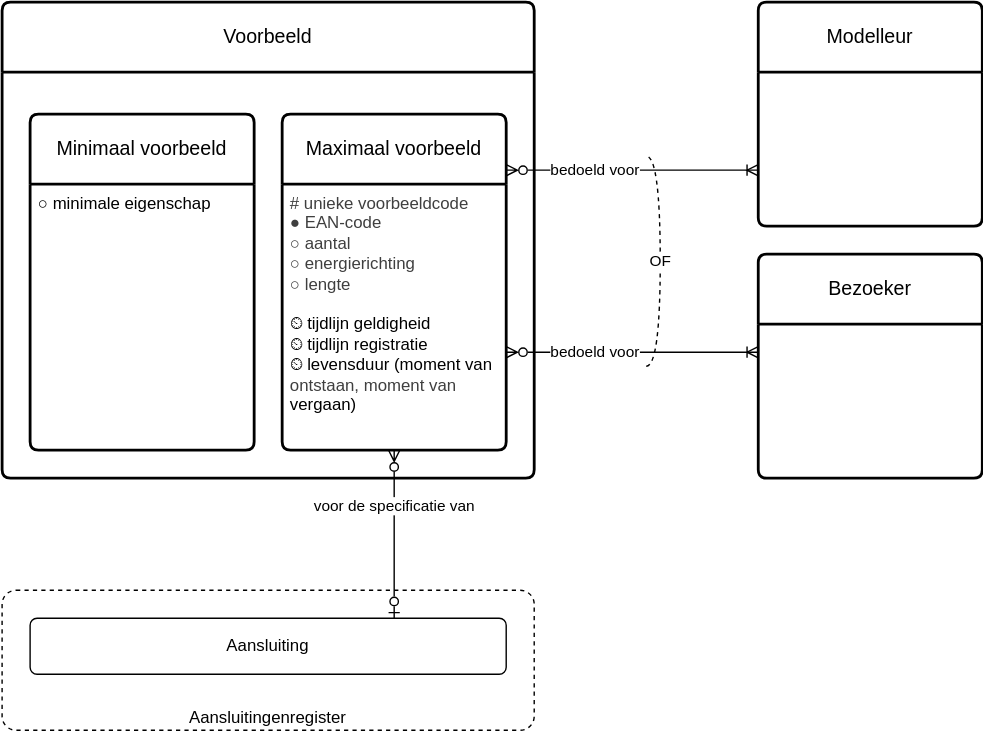
Earlier version of the draw.io export hulpmiddelen/voorbeeldregister/1.0/voorbeeldregister.drawio.svg (Netbeheer-Nederland/stelsel). Source tidied: cells renumbered, new cells last; positions are measured from the earlier drawing's top-left corner, leaving out a move shared by most shapes. Source of this version:
```xml
<mxGraphModel>
  <root>
    <mxCell id="0" />
    <mxCell id="1" parent="0" />
    <mxCell id="2" value="Voorbeeld" style="swimlane;horizontal=1;startSize=50;rounded=1;fontSize=14;fontStyle=0;strokeWidth=2;shadow=0;dashed=0;align=center;arcSize=4;whiteSpace=wrap;html=1;spacing=10;" parent="1" vertex="1">
      <mxGeometry width="380" height="340" as="geometry" />
    </mxCell>
    <mxCell id="3" value="&lt;div&gt;&lt;font color=&quot;#000000&quot;&gt;&amp;nbsp;&lt;/font&gt;&lt;/div&gt;" style="align=left;strokeColor=none;fillColor=none;spacingLeft=4;fontSize=12;verticalAlign=top;html=1;" parent="2" vertex="1">
      <mxGeometry y="50" width="380" height="290" as="geometry" />
    </mxCell>
    <mxCell id="4" value="Minimaal voorbeeld" style="swimlane;horizontal=1;startSize=50;rounded=1;fontSize=14;fontStyle=0;strokeWidth=2;shadow=0;dashed=0;align=center;arcSize=4;whiteSpace=wrap;html=1;spacing=10;" parent="1" vertex="1">
      <mxGeometry x="20" y="80" width="160" height="240" as="geometry" />
    </mxCell>
    <mxCell id="5" value="&lt;div&gt;&lt;span style=&quot;background-color: transparent;&quot;&gt;○ minimale eigenschap&lt;/span&gt;&lt;/div&gt;" style="align=left;strokeColor=none;fillColor=none;spacingLeft=4;fontSize=12;verticalAlign=top;html=1;" parent="4" vertex="1">
      <mxGeometry y="50" width="160" height="190" as="geometry" />
    </mxCell>
    <mxCell id="6" value="Maximaal voorbeeld" style="swimlane;horizontal=1;startSize=50;rounded=1;fontSize=14;fontStyle=0;strokeWidth=2;shadow=0;dashed=0;align=center;arcSize=4;whiteSpace=wrap;html=1;spacing=10;" parent="1" vertex="1">
      <mxGeometry x="200" y="80" width="160" height="240" as="geometry" />
    </mxCell>
    <mxCell id="7" value="&lt;div&gt;&lt;span style=&quot;background-color: transparent; color: rgb(63, 63, 63);&quot;&gt;# unieke voorbeeldcode&lt;/span&gt;&lt;/div&gt;&lt;div&gt;&lt;div style=&quot;color: rgb(63, 63, 63); scrollbar-color: rgb(226, 226, 226) rgb(251, 251, 251);&quot;&gt;&lt;span style=&quot;color: rgb(63, 63, 63); scrollbar-color: rgb(226, 226, 226) rgb(251, 251, 251); background-color: transparent;&quot;&gt;●&lt;/span&gt;&lt;span style=&quot;color: rgb(63, 63, 63); scrollbar-color: rgb(226, 226, 226) rgb(251, 251, 251); background-color: transparent;&quot;&gt;&amp;nbsp;EAN-code&lt;/span&gt;&lt;/div&gt;&lt;/div&gt;&lt;div&gt;&lt;span style=&quot;color: rgb(63, 63, 63); scrollbar-color: rgb(226, 226, 226) rgb(251, 251, 251); background-color: transparent;&quot;&gt;&lt;span style=&quot;color: rgb(63, 63, 63);&quot;&gt;○ aantal&lt;/span&gt;&lt;/span&gt;&lt;/div&gt;&lt;div&gt;&lt;span style=&quot;color: rgb(63, 63, 63); scrollbar-color: rgb(226, 226, 226) rgb(251, 251, 251); background-color: transparent;&quot;&gt;&lt;span style=&quot;color: rgb(63, 63, 63);&quot;&gt;○ energierichting&lt;/span&gt;&lt;span style=&quot;color: rgb(63, 63, 63);&quot;&gt;&lt;/span&gt;&lt;/span&gt;&lt;/div&gt;&lt;div&gt;&lt;span style=&quot;color: rgb(63, 63, 63); scrollbar-color: rgb(226, 226, 226) rgb(251, 251, 251); background-color: transparent;&quot;&gt;&lt;span style=&quot;color: rgb(63, 63, 63);&quot;&gt;○ lengte&lt;/span&gt;&lt;span style=&quot;color: rgb(63, 63, 63);&quot;&gt;&lt;/span&gt;&lt;/span&gt;&lt;/div&gt;&lt;div&gt;&lt;span style=&quot;color: rgb(63, 63, 63); scrollbar-color: rgb(226, 226, 226) rgb(251, 251, 251); background-color: transparent;&quot;&gt;&lt;span style=&quot;color: rgb(63, 63, 63);&quot;&gt;&lt;br&gt;&lt;/span&gt;&lt;/span&gt;&lt;/div&gt;&lt;div&gt;&lt;span style=&quot;background-color: transparent;&quot;&gt;⏲ tijdlijn geldigheid&lt;/span&gt;&lt;/div&gt;&lt;div&gt;&lt;span style=&quot;background-color: transparent;&quot;&gt;⏲ tijdlijn registratie&lt;/span&gt;&lt;/div&gt;&lt;div&gt;&lt;span style=&quot;background-color: transparent;&quot;&gt;⏲ levensduur (moment van&lt;/span&gt;&lt;/div&gt;&lt;div&gt;&lt;span style=&quot;background-color: transparent; color: rgb(63, 63, 63);&quot;&gt;&amp;nbsp; &amp;nbsp; ontstaan, moment van&lt;/span&gt;&lt;/div&gt;&lt;div&gt;&lt;span style=&quot;background-color: transparent;&quot;&gt;&amp;nbsp; &amp;nbsp; vergaan)&lt;/span&gt;&lt;/div&gt;" style="align=left;strokeColor=none;fillColor=none;spacingLeft=4;fontSize=12;verticalAlign=top;html=1;" parent="6" vertex="1">
      <mxGeometry y="50" width="160" height="190" as="geometry" />
    </mxCell>
    <mxCell id="8" value="Aansluitingenregister" style="rounded=1;whiteSpace=wrap;html=1;absoluteArcSize=1;dashed=1;fillColor=default;verticalAlign=bottom;spacingLeft=10;spacingRight=10;" parent="1" vertex="1">
      <mxGeometry y="420" width="380" height="100" as="geometry" />
    </mxCell>
    <mxCell id="9" value="Aansluiting" style="rounded=1;arcSize=10;whiteSpace=wrap;html=1;align=center;absoluteArcSize=1;spacing=10;" parent="1" vertex="1">
      <mxGeometry x="20" y="440" width="340" height="40" as="geometry" />
    </mxCell>
    <mxCell id="10" value="voor de specificatie van" style="endArrow=ERzeroToOne;html=1;edgeStyle=elbowEdgeStyle;endFill=0;startArrow=ERzeroToMany;startFill=0;" parent="1" edge="1" source="6" target="9">
      <mxGeometry x="-0.33" relative="1" as="geometry" />
    </mxCell>
    <mxCell id="11" value="Modelleur" style="swimlane;horizontal=1;startSize=50;rounded=1;fontSize=14;fontStyle=0;strokeWidth=2;shadow=0;dashed=0;align=center;arcSize=4;whiteSpace=wrap;html=1;spacing=10;" parent="1" vertex="1">
      <mxGeometry x="540" width="160" height="160" as="geometry" />
    </mxCell>
    <mxCell id="12" value="&lt;div&gt;&amp;nbsp;&lt;/div&gt;" style="align=left;strokeColor=none;fillColor=none;spacingLeft=4;fontSize=12;verticalAlign=top;html=1;" parent="11" vertex="1">
      <mxGeometry y="50" width="160" height="110" as="geometry" />
    </mxCell>
    <mxCell id="13" value="Bezoeker" style="swimlane;horizontal=1;startSize=50;rounded=1;fontSize=14;fontStyle=0;strokeWidth=2;shadow=0;dashed=0;align=center;arcSize=4;whiteSpace=wrap;html=1;spacing=10;" parent="1" vertex="1">
      <mxGeometry x="540" y="180" width="160" height="160" as="geometry" />
    </mxCell>
    <mxCell id="14" value="&lt;div&gt;&amp;nbsp;&lt;/div&gt;" style="align=left;strokeColor=none;fillColor=none;spacingLeft=4;fontSize=12;verticalAlign=top;html=1;" parent="13" vertex="1">
      <mxGeometry y="50" width="160" height="110" as="geometry" />
    </mxCell>
    <mxCell id="15" value="bedoeld voor" style="endArrow=ERoneToMany;html=1;edgeStyle=elbowEdgeStyle;elbow=vertical;endFill=0;startArrow=ERzeroToMany;startFill=0;align=left;" parent="1" edge="1" source="6" target="11">
      <mxGeometry x="-0.67" relative="1" as="geometry" />
    </mxCell>
    <mxCell id="16" value="bedoeld voor" style="endArrow=ERoneToMany;html=1;edgeStyle=elbowEdgeStyle;elbow=vertical;endFill=0;startArrow=ERzeroToMany;startFill=0;align=left;" parent="1" edge="1" source="6" target="13">
      <mxGeometry x="-0.67" relative="1" as="geometry" />
    </mxCell>
    <mxCell id="17" value="OF" style="endArrow=none;dashed=1;html=1;edgeStyle=orthogonalEdgeStyle;curved=1;" parent="1" edge="1">
      <mxGeometry relative="1" as="geometry">
        <mxPoint x="460" y="260" as="sourcePoint" />
        <mxPoint x="460" y="110" as="targetPoint" />
        <Array as="points">
          <mxPoint x="470" y="260" />
          <mxPoint x="470" y="110" />
        </Array>
      </mxGeometry>
    </mxCell>
  </root>
</mxGraphModel>
```
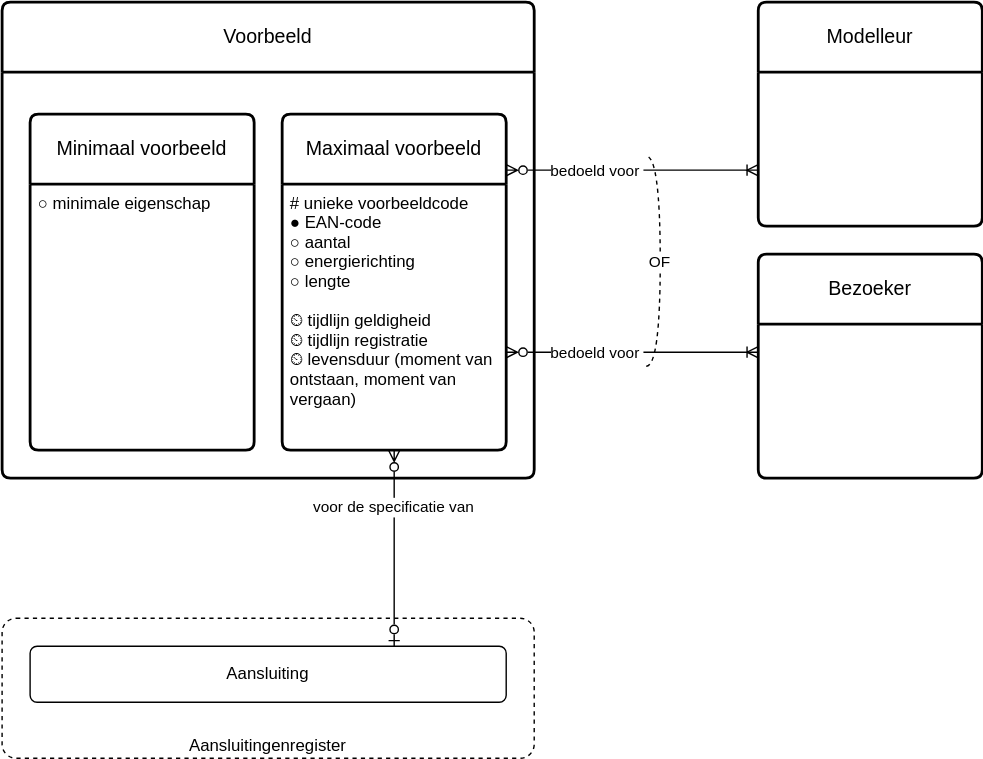
After the change.

Diff of the diagram source:
```diff
@@ -2,52 +2,52 @@
   <root>
     <mxCell id="0" />
     <mxCell id="1" parent="0" />
-    <mxCell id="2" value="Voorbeeld" style="swimlane;horizontal=1;startSize=50;rounded=1;fontSize=14;fontStyle=0;strokeWidth=2;shadow=0;dashed=0;align=center;arcSize=4;whiteSpace=wrap;html=1;spacing=10;" parent="1" vertex="1">
+    <mxCell id="2" value="Voorbeeld" style="swimlane;horizontal=1;startSize=50;rounded=1;fontSize=14;fontStyle=0;strokeWidth=2;shadow=0;dashed=0;align=center;arcSize=4;whiteSpace=wrap;spacing=10;" parent="1" vertex="1">
       <mxGeometry width="380" height="340" as="geometry" />
     </mxCell>
-    <mxCell id="3" value="&lt;div&gt;&lt;font color=&quot;#000000&quot;&gt;&amp;nbsp;&lt;/font&gt;&lt;/div&gt;" style="align=left;strokeColor=none;fillColor=none;spacingLeft=4;fontSize=12;verticalAlign=top;html=1;" parent="2" vertex="1">
+    <mxCell id="3" value=" " style="align=left;strokeColor=none;fillColor=none;spacingLeft=4;fontSize=12;verticalAlign=top;" parent="2" vertex="1">
       <mxGeometry y="50" width="380" height="290" as="geometry" />
     </mxCell>
-    <mxCell id="4" value="Minimaal voorbeeld" style="swimlane;horizontal=1;startSize=50;rounded=1;fontSize=14;fontStyle=0;strokeWidth=2;shadow=0;dashed=0;align=center;arcSize=4;whiteSpace=wrap;html=1;spacing=10;" parent="1" vertex="1">
+    <mxCell id="4" value="Minimaal voorbeeld" style="swimlane;horizontal=1;startSize=50;rounded=1;fontSize=14;fontStyle=0;strokeWidth=2;shadow=0;dashed=0;align=center;arcSize=4;whiteSpace=wrap;spacing=10;" parent="1" vertex="1">
       <mxGeometry x="20" y="80" width="160" height="240" as="geometry" />
     </mxCell>
-    <mxCell id="5" value="&lt;div&gt;&lt;span style=&quot;background-color: transparent;&quot;&gt;○ minimale eigenschap&lt;/span&gt;&lt;/div&gt;" style="align=left;strokeColor=none;fillColor=none;spacingLeft=4;fontSize=12;verticalAlign=top;html=1;" parent="4" vertex="1">
+    <mxCell id="5" value="○ minimale eigenschap" style="align=left;strokeColor=none;fillColor=none;spacingLeft=4;fontSize=12;verticalAlign=top;" parent="4" vertex="1">
       <mxGeometry y="50" width="160" height="190" as="geometry" />
     </mxCell>
-    <mxCell id="6" value="Maximaal voorbeeld" style="swimlane;horizontal=1;startSize=50;rounded=1;fontSize=14;fontStyle=0;strokeWidth=2;shadow=0;dashed=0;align=center;arcSize=4;whiteSpace=wrap;html=1;spacing=10;" parent="1" vertex="1">
+    <mxCell id="6" value="Maximaal voorbeeld" style="swimlane;horizontal=1;startSize=50;rounded=1;fontSize=14;fontStyle=0;strokeWidth=2;shadow=0;dashed=0;align=center;arcSize=4;whiteSpace=wrap;spacing=10;" parent="1" vertex="1">
       <mxGeometry x="200" y="80" width="160" height="240" as="geometry" />
     </mxCell>
-    <mxCell id="7" value="&lt;div&gt;&lt;span style=&quot;background-color: transparent; color: rgb(63, 63, 63);&quot;&gt;# unieke voorbeeldcode&lt;/span&gt;&lt;/div&gt;&lt;div&gt;&lt;div style=&quot;color: rgb(63, 63, 63); scrollbar-color: rgb(226, 226, 226) rgb(251, 251, 251);&quot;&gt;&lt;span style=&quot;color: rgb(63, 63, 63); scrollbar-color: rgb(226, 226, 226) rgb(251, 251, 251); background-color: transparent;&quot;&gt;●&lt;/span&gt;&lt;span style=&quot;color: rgb(63, 63, 63); scrollbar-color: rgb(226, 226, 226) rgb(251, 251, 251); background-color: transparent;&quot;&gt;&amp;nbsp;EAN-code&lt;/span&gt;&lt;/div&gt;&lt;/div&gt;&lt;div&gt;&lt;span style=&quot;color: rgb(63, 63, 63); scrollbar-color: rgb(226, 226, 226) rgb(251, 251, 251); background-color: transparent;&quot;&gt;&lt;span style=&quot;color: rgb(63, 63, 63);&quot;&gt;○ aantal&lt;/span&gt;&lt;/span&gt;&lt;/div&gt;&lt;div&gt;&lt;span style=&quot;color: rgb(63, 63, 63); scrollbar-color: rgb(226, 226, 226) rgb(251, 251, 251); background-color: transparent;&quot;&gt;&lt;span style=&quot;color: rgb(63, 63, 63);&quot;&gt;○ energierichting&lt;/span&gt;&lt;span style=&quot;color: rgb(63, 63, 63);&quot;&gt;&lt;/span&gt;&lt;/span&gt;&lt;/div&gt;&lt;div&gt;&lt;span style=&quot;color: rgb(63, 63, 63); scrollbar-color: rgb(226, 226, 226) rgb(251, 251, 251); background-color: transparent;&quot;&gt;&lt;span style=&quot;color: rgb(63, 63, 63);&quot;&gt;○ lengte&lt;/span&gt;&lt;span style=&quot;color: rgb(63, 63, 63);&quot;&gt;&lt;/span&gt;&lt;/span&gt;&lt;/div&gt;&lt;div&gt;&lt;span style=&quot;color: rgb(63, 63, 63); scrollbar-color: rgb(226, 226, 226) rgb(251, 251, 251); background-color: transparent;&quot;&gt;&lt;span style=&quot;color: rgb(63, 63, 63);&quot;&gt;&lt;br&gt;&lt;/span&gt;&lt;/span&gt;&lt;/div&gt;&lt;div&gt;&lt;span style=&quot;background-color: transparent;&quot;&gt;⏲ tijdlijn geldigheid&lt;/span&gt;&lt;/div&gt;&lt;div&gt;&lt;span style=&quot;background-color: transparent;&quot;&gt;⏲ tijdlijn registratie&lt;/span&gt;&lt;/div&gt;&lt;div&gt;&lt;span style=&quot;background-color: transparent;&quot;&gt;⏲ levensduur (moment van&lt;/span&gt;&lt;/div&gt;&lt;div&gt;&lt;span style=&quot;background-color: transparent; color: rgb(63, 63, 63);&quot;&gt;&amp;nbsp; &amp;nbsp; ontstaan, moment van&lt;/span&gt;&lt;/div&gt;&lt;div&gt;&lt;span style=&quot;background-color: transparent;&quot;&gt;&amp;nbsp; &amp;nbsp; vergaan)&lt;/span&gt;&lt;/div&gt;" style="align=left;strokeColor=none;fillColor=none;spacingLeft=4;fontSize=12;verticalAlign=top;html=1;" parent="6" vertex="1">
+    <mxCell id="7" value="# unieke voorbeeldcode&#10;● EAN-code&#10;○ aantal&#10;○ energierichting&#10;○ lengte&#10;&#10;⏲ tijdlijn geldigheid&#10;⏲ tijdlijn registratie&#10;⏲ levensduur (moment van&#10;    ontstaan, moment van&#10;    vergaan)" style="align=left;strokeColor=none;fillColor=none;spacingLeft=4;fontSize=12;verticalAlign=top;" parent="6" vertex="1">
       <mxGeometry y="50" width="160" height="190" as="geometry" />
     </mxCell>
-    <mxCell id="8" value="Aansluitingenregister" style="rounded=1;whiteSpace=wrap;html=1;absoluteArcSize=1;dashed=1;fillColor=default;verticalAlign=bottom;spacingLeft=10;spacingRight=10;" parent="1" vertex="1">
-      <mxGeometry y="420" width="380" height="100" as="geometry" />
+    <mxCell id="8" value="Aansluitingenregister" style="rounded=1;whiteSpace=wrap;absoluteArcSize=1;dashed=1;fillColor=default;verticalAlign=bottom;spacingLeft=10;spacingRight=10;" parent="1" vertex="1">
+      <mxGeometry y="440" width="380" height="100" as="geometry" />
     </mxCell>
-    <mxCell id="9" value="Aansluiting" style="rounded=1;arcSize=10;whiteSpace=wrap;html=1;align=center;absoluteArcSize=1;spacing=10;" parent="1" vertex="1">
-      <mxGeometry x="20" y="440" width="340" height="40" as="geometry" />
+    <mxCell id="9" value="Aansluiting" style="rounded=1;arcSize=10;whiteSpace=wrap;align=center;absoluteArcSize=1;spacing=10;" parent="1" vertex="1">
+      <mxGeometry x="20" y="460" width="340" height="40" as="geometry" />
     </mxCell>
-    <mxCell id="10" value="voor de specificatie van" style="endArrow=ERzeroToOne;html=1;edgeStyle=elbowEdgeStyle;endFill=0;startArrow=ERzeroToMany;startFill=0;" parent="1" edge="1" source="6" target="9">
-      <mxGeometry x="-0.33" relative="1" as="geometry" />
+    <mxCell id="10" value="voor de specificatie van" style="endArrow=ERzeroToOne;edgeStyle=elbowEdgeStyle;endFill=0;startArrow=ERzeroToMany;startFill=0;" parent="1" edge="1" source="6" target="9">
+      <mxGeometry x="-0.43" relative="1" as="geometry" />
     </mxCell>
-    <mxCell id="11" value="Modelleur" style="swimlane;horizontal=1;startSize=50;rounded=1;fontSize=14;fontStyle=0;strokeWidth=2;shadow=0;dashed=0;align=center;arcSize=4;whiteSpace=wrap;html=1;spacing=10;" parent="1" vertex="1">
+    <mxCell id="11" value="Modelleur" style="swimlane;horizontal=1;startSize=50;rounded=1;fontSize=14;fontStyle=0;strokeWidth=2;shadow=0;dashed=0;align=center;arcSize=4;whiteSpace=wrap;spacing=10;" parent="1" vertex="1">
       <mxGeometry x="540" width="160" height="160" as="geometry" />
     </mxCell>
-    <mxCell id="12" value="&lt;div&gt;&amp;nbsp;&lt;/div&gt;" style="align=left;strokeColor=none;fillColor=none;spacingLeft=4;fontSize=12;verticalAlign=top;html=1;" parent="11" vertex="1">
+    <mxCell id="12" value=" " style="align=left;strokeColor=none;fillColor=none;spacingLeft=4;fontSize=12;verticalAlign=top;" parent="11" vertex="1">
       <mxGeometry y="50" width="160" height="110" as="geometry" />
     </mxCell>
-    <mxCell id="13" value="Bezoeker" style="swimlane;horizontal=1;startSize=50;rounded=1;fontSize=14;fontStyle=0;strokeWidth=2;shadow=0;dashed=0;align=center;arcSize=4;whiteSpace=wrap;html=1;spacing=10;" parent="1" vertex="1">
+    <mxCell id="13" value="Bezoeker" style="swimlane;horizontal=1;startSize=50;rounded=1;fontSize=14;fontStyle=0;strokeWidth=2;shadow=0;dashed=0;align=center;arcSize=4;whiteSpace=wrap;spacing=10;" parent="1" vertex="1">
       <mxGeometry x="540" y="180" width="160" height="160" as="geometry" />
     </mxCell>
-    <mxCell id="14" value="&lt;div&gt;&amp;nbsp;&lt;/div&gt;" style="align=left;strokeColor=none;fillColor=none;spacingLeft=4;fontSize=12;verticalAlign=top;html=1;" parent="13" vertex="1">
+    <mxCell id="14" value=" " style="align=left;strokeColor=none;fillColor=none;spacingLeft=4;fontSize=12;verticalAlign=top;" parent="13" vertex="1">
       <mxGeometry y="50" width="160" height="110" as="geometry" />
     </mxCell>
-    <mxCell id="15" value="bedoeld voor" style="endArrow=ERoneToMany;html=1;edgeStyle=elbowEdgeStyle;elbow=vertical;endFill=0;startArrow=ERzeroToMany;startFill=0;align=left;" parent="1" edge="1" source="6" target="11">
+    <mxCell id="15" value="bedoeld voor" style="endArrow=ERoneToMany;edgeStyle=elbowEdgeStyle;elbow=vertical;endFill=0;startArrow=ERzeroToMany;startFill=0;align=left;" parent="1" edge="1" source="6" target="11">
       <mxGeometry x="-0.67" relative="1" as="geometry" />
     </mxCell>
-    <mxCell id="16" value="bedoeld voor" style="endArrow=ERoneToMany;html=1;edgeStyle=elbowEdgeStyle;elbow=vertical;endFill=0;startArrow=ERzeroToMany;startFill=0;align=left;" parent="1" edge="1" source="6" target="13">
+    <mxCell id="16" value="bedoeld voor" style="endArrow=ERoneToMany;edgeStyle=elbowEdgeStyle;elbow=vertical;endFill=0;startArrow=ERzeroToMany;startFill=0;align=left;" parent="1" edge="1" source="6" target="13">
       <mxGeometry x="-0.67" relative="1" as="geometry" />
     </mxCell>
-    <mxCell id="17" value="OF" style="endArrow=none;dashed=1;html=1;edgeStyle=orthogonalEdgeStyle;curved=1;" parent="1" edge="1">
+    <mxCell id="17" value="OF" style="endArrow=none;dashed=1;edgeStyle=orthogonalEdgeStyle;curved=1;" parent="1" edge="1">
       <mxGeometry relative="1" as="geometry">
         <mxPoint x="460" y="260" as="sourcePoint" />
         <mxPoint x="460" y="110" as="targetPoint" />
```
